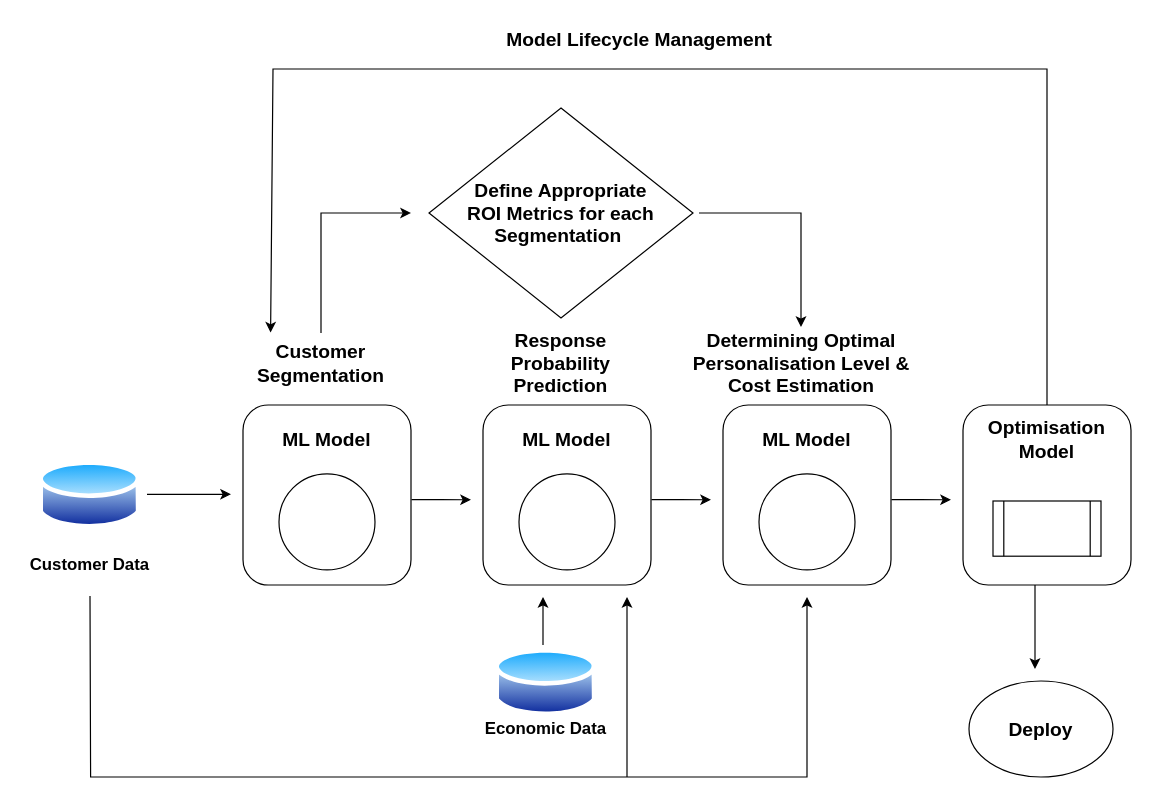
Earlier version of the draw.io diagram GrpB_models/B4_ZhiSherng/cost_effectiveness_model.drawio (Yihe-Harry/DSA3101-Group-Project). Source tidied: cells renumbered, new cells numbered last; positions are measured from the earlier drawing's top-left corner, leaving out a move shared by most shapes. Both pictures are drawn from the tidied source at 120%, with x=0, y=0 at pixel (20, 20).
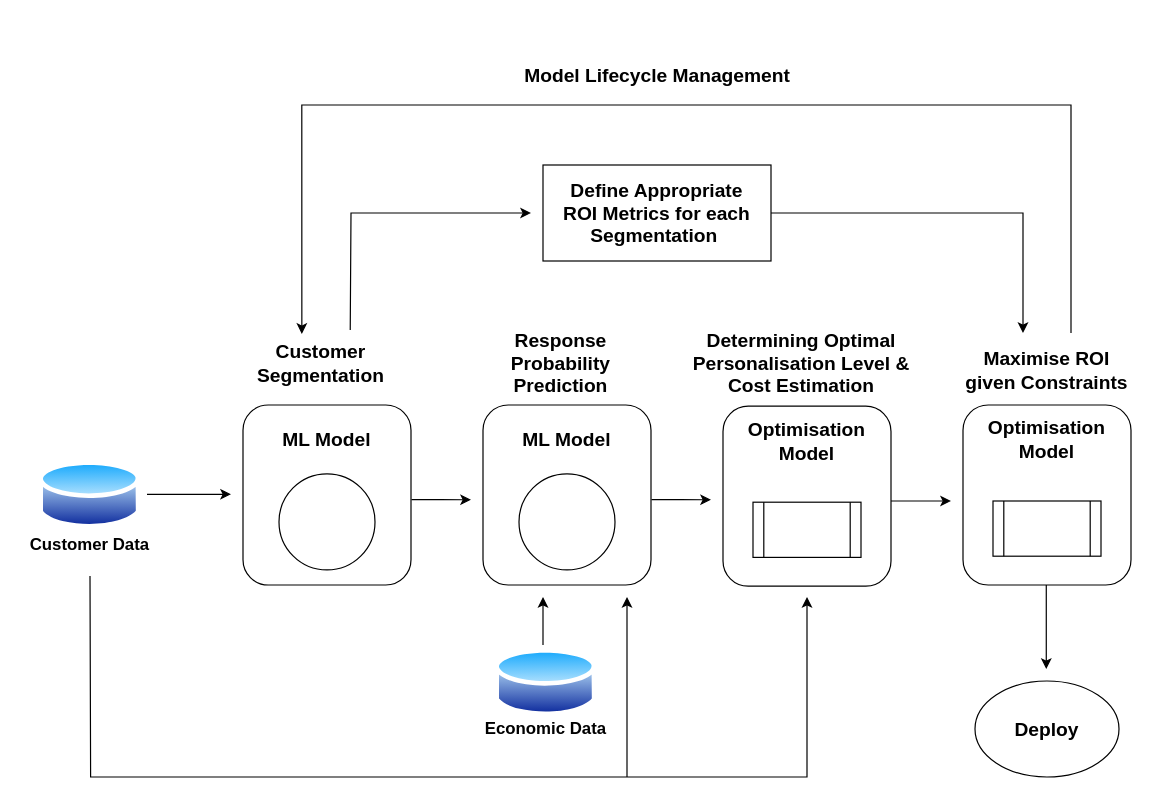
After the change.

Commit message:
move roi to final model

Unchanged cells that the change refers to:
```xml
<mxCell id="5" value="&lt;span style=&quot;font-size: 16px;&quot;&gt;&lt;b&gt;Determining Optimal Personalisation Level &amp;amp; Cost Estimation&lt;/b&gt;&lt;/span&gt;" style="text;strokeColor=none;align=center;fillColor=none;html=1;verticalAlign=middle;whiteSpace=wrap;rounded=0;" parent="1" vertex="1">
  <mxGeometry x="552.5" y="255" width="195" height="60" as="geometry" />
</mxCell>
<mxCell id="7" value="&lt;b&gt;&lt;font style=&quot;font-size: 16px;&quot;&gt;Customer Segmentation&lt;/font&gt;&lt;/b&gt;" style="text;strokeColor=none;align=center;fillColor=none;html=1;verticalAlign=middle;whiteSpace=wrap;rounded=0;" parent="1" vertex="1">
  <mxGeometry x="180" y="260" width="140" height="50" as="geometry" />
</mxCell>
<mxCell id="21" style="rounded=1;whiteSpace=wrap;html=1;direction=south;" parent="20" vertex="1">
  <mxGeometry width="140" height="150" as="geometry" />
</mxCell>
```

Change to the diagram source:
```diff
@@
     <mxCell id="2" value="&lt;b&gt;&lt;font style=&quot;font-size: 14px;&quot;&gt;Customer Data&lt;/font&gt;&lt;/b&gt;" style="text;strokeColor=none;align=center;fillColor=none;html=1;verticalAlign=middle;whiteSpace=wrap;rounded=0;" parent="1" vertex="1">
-      <mxGeometry y="426.5" width="115" height="52.6" as="geometry" />
+      <mxGeometry y="410" width="115" height="52.6" as="geometry" />
     </mxCell>
@@
-    <mxCell id="14" style="endArrow=classic;html=1;rounded=0;" parent="1" edge="1">
+    <mxCell id="14" style="endArrow=classic;html=1;rounded=0;exitX=0.674;exitY=-0.049;exitDx=0;exitDy=0;exitPerimeter=0;" parent="1" edge="1" source="7">
       <mxGeometry relative="1" as="geometry">
-        <mxPoint x="250" y="260" as="sourcePoint" />
-        <mxPoint x="325" y="160" as="targetPoint" />
+        <mxPoint x="425" y="160" as="targetPoint" />
         <Array as="points">
-          <mxPoint x="250" y="160" />
+          <mxPoint x="275" y="160" />
         </Array>
       </mxGeometry>
     </mxCell>
-    <mxCell id="15" style="endArrow=classic;html=1;rounded=0;entryX=0.5;entryY=0;entryDx=0;entryDy=0;" parent="1" edge="1" target="5">
+    <mxCell id="15" style="endArrow=classic;html=1;rounded=0;exitX=1;exitY=0.5;exitDx=0;exitDy=0;" parent="1" edge="1" source="51">
       <mxGeometry relative="1" as="geometry">
-        <mxPoint x="565" y="160" as="sourcePoint" />
+        <mxPoint x="835" y="260" as="targetPoint" />
         <Array as="points">
-          <mxPoint x="650" y="160" />
+          <mxPoint x="835" y="160" />
         </Array>
       </mxGeometry>
     </mxCell>
@@
-    <mxCell id="24" style="endArrow=classic;html=1;rounded=0;exitX=0;exitY=0.5;exitDx=0;exitDy=0;entryX=0.2;entryY=-0.007;entryDx=0;entryDy=0;entryPerimeter=0;" parent="1" edge="1" source="21" target="7">
+    <mxCell id="24" style="endArrow=classic;html=1;rounded=0;entryX=0.386;entryY=0.016;entryDx=0;entryDy=0;entryPerimeter=0;" parent="1" edge="1" target="7">
       <mxGeometry relative="1" as="geometry">
+        <mxPoint x="875" y="260" as="sourcePoint" />
         <Array as="points">
-          <mxPoint x="855" y="40" />
-          <mxPoint x="210" y="40" />
+          <mxPoint x="875" y="70" />
+          <mxPoint x="234" y="70" />
         </Array>
       </mxGeometry>
     </mxCell>
     <mxCell id="25" style="endArrow=classic;html=1;rounded=0;" parent="1" edge="1">
       <mxGeometry relative="1" as="geometry">
-        <mxPoint x="845" y="470" as="sourcePoint" />
-        <mxPoint x="845" y="540" as="targetPoint" />
+        <mxPoint x="854.4" y="470" as="sourcePoint" />
+        <mxPoint x="854.4" y="540" as="targetPoint" />
       </mxGeometry>
     </mxCell>
     <mxCell id="26" style="ellipse;whiteSpace=wrap;html=1;" parent="1" vertex="1">
-      <mxGeometry x="790" y="550" width="120" height="80" as="geometry" />
+      <mxGeometry x="795" y="550" width="120" height="80" as="geometry" />
     </mxCell>
     <mxCell id="27" value="&lt;b&gt;&lt;font style=&quot;font-size: 16px;&quot;&gt;Deploy&lt;/font&gt;&lt;/b&gt;" style="text;strokeColor=none;align=center;fillColor=none;html=1;verticalAlign=middle;whiteSpace=wrap;rounded=0;" parent="1" vertex="1">
-      <mxGeometry x="820" y="575" width="60" height="30" as="geometry" />
+      <mxGeometry x="825" y="575" width="60" height="30" as="geometry" />
     </mxCell>
-    <mxCell id="28" style="group;" parent="1" vertex="1">
-      <mxGeometry x="340" y="72.5" width="220" height="175" as="geometry" />
-    </mxCell>
-    <mxCell id="29" style="rhombus;whiteSpace=wrap;html=1;" parent="28" vertex="1">
-      <mxGeometry width="220" height="175" as="geometry" />
-    </mxCell>
-    <mxCell id="30" value="&lt;b&gt;&lt;font style=&quot;font-size: 16px;&quot;&gt;Define Appropriate&lt;/font&gt;&lt;/b&gt;&lt;div&gt;&lt;b&gt;&lt;font style=&quot;font-size: 16px;&quot;&gt;ROI Metrics for each Segmentation&amp;nbsp;&lt;/font&gt;&lt;/b&gt;&lt;/div&gt;" style="text;strokeColor=none;align=center;fillColor=none;html=1;verticalAlign=middle;whiteSpace=wrap;rounded=0;" parent="28" vertex="1">
-      <mxGeometry x="20" y="57.5" width="180" height="60" as="geometry" />
-    </mxCell>
     <mxCell id="31" value="&lt;font style=&quot;font-size: 16px;&quot;&gt;&lt;b&gt;Model Lifecycle Management&lt;/b&gt;&lt;/font&gt;" style="text;html=1;align=center;verticalAlign=middle;strokeColor=none;fillColor=none;" parent="1" vertex="1">
-      <mxGeometry x="395" width="240" height="30" as="geometry" />
+      <mxGeometry x="410" y="30" width="240" height="30" as="geometry" />
     </mxCell>
-    <mxCell id="32" style="group;" parent="1" vertex="1">
-      <mxGeometry x="585" y="320" width="140" height="150" as="geometry" />
-    </mxCell>
-    <mxCell id="33" style="edgeStyle=orthogonalEdgeStyle;rounded=0;jettySize=auto;html=1;exitX=0.526;exitY=-0.003;exitDx=0;exitDy=0;exitPerimeter=0;" parent="32" edge="1" source="34">
-      <mxGeometry relative="1" as="geometry">
-        <mxPoint x="190" y="79" as="targetPoint" />
-      </mxGeometry>
-    </mxCell>
-    <mxCell id="34" style="rounded=1;whiteSpace=wrap;html=1;direction=south;" parent="32" vertex="1">
-      <mxGeometry width="140" height="150" as="geometry" />
-    </mxCell>
-    <mxCell id="35" style="group;" parent="32" vertex="1">
-      <mxGeometry x="20" y="10" width="100" height="127.4" as="geometry" />
-    </mxCell>
-    <mxCell id="36" style="ellipse;whiteSpace=wrap;html=1;" parent="35" vertex="1">
-      <mxGeometry x="10" y="47.4" width="80" height="80" as="geometry" />
-    </mxCell>
-    <mxCell id="37" value="&lt;font style=&quot;font-size: 16px;&quot;&gt;&lt;b&gt;ML Model&lt;/b&gt;&lt;/font&gt;" style="text;strokeColor=none;align=center;fillColor=none;html=1;verticalAlign=middle;whiteSpace=wrap;rounded=0;" parent="35" vertex="1">
-      <mxGeometry width="100" height="38.6" as="geometry" />
-    </mxCell>
@@
+    <mxCell id="45" style="group;" parent="1" vertex="1">
+      <mxGeometry x="585" y="321" width="140" height="150" as="geometry" />
+    </mxCell>
+    <mxCell id="34" style="rounded=1;whiteSpace=wrap;html=1;direction=south;" parent="45" vertex="1">
+      <mxGeometry width="140" height="150" as="geometry" />
+    </mxCell>
+    <mxCell id="46" value="&lt;font style=&quot;font-size: 16px;&quot;&gt;&lt;b&gt;Optimisation&lt;/b&gt;&lt;/font&gt;&lt;div&gt;&lt;font style=&quot;font-size: 16px;&quot;&gt;&lt;b&gt;Model&lt;/b&gt;&lt;/font&gt;&lt;/div&gt;" style="text;strokeColor=none;align=center;fillColor=none;html=1;verticalAlign=middle;whiteSpace=wrap;rounded=0;" parent="45" vertex="1">
+      <mxGeometry x="20" y="10" width="100" height="38.6" as="geometry" />
+    </mxCell>
+    <mxCell id="47" style="shape=process;whiteSpace=wrap;html=1;backgroundOutline=1;" parent="45" vertex="1">
+      <mxGeometry x="25" y="80" width="90" height="46" as="geometry" />
+    </mxCell>
+    <mxCell id="48" style="edgeStyle=orthogonalEdgeStyle;rounded=0;orthogonalLoop=1;jettySize=auto;html=1;exitX=0.526;exitY=-0.003;exitDx=0;exitDy=0;exitPerimeter=0;" parent="1" edge="1">
+      <mxGeometry relative="1" as="geometry">
+        <mxPoint x="725" y="400" as="sourcePoint" />
+        <mxPoint x="775" y="400" as="targetPoint" />
+      </mxGeometry>
+    </mxCell>
+    <mxCell id="49" value="&lt;span style=&quot;font-size: 16px;&quot;&gt;&lt;b&gt;Maximise ROI given Constraints&lt;/b&gt;&lt;/span&gt;" style="text;strokeColor=none;align=center;fillColor=none;html=1;verticalAlign=middle;whiteSpace=wrap;rounded=0;" parent="1" vertex="1">
+      <mxGeometry x="781" y="261" width="148" height="60" as="geometry" />
+    </mxCell>
+    <mxCell id="50" style="group;" parent="1" vertex="1">
+      <mxGeometry x="435" y="120" width="190" height="80" as="geometry" />
+    </mxCell>
+    <mxCell id="51" style="rounded=0;whiteSpace=wrap;html=1;" parent="50" vertex="1">
+      <mxGeometry width="190" height="80" as="geometry" />
+    </mxCell>
+    <mxCell id="30" value="&lt;b&gt;&lt;font style=&quot;font-size: 16px;&quot;&gt;Define Appropriate&lt;/font&gt;&lt;/b&gt;&lt;div&gt;&lt;b&gt;&lt;font style=&quot;font-size: 16px;&quot;&gt;ROI Metrics for each Segmentation&amp;nbsp;&lt;/font&gt;&lt;/b&gt;&lt;/div&gt;" style="text;strokeColor=none;align=center;fillColor=none;html=1;verticalAlign=middle;whiteSpace=wrap;rounded=0;" parent="50" vertex="1">
+      <mxGeometry x="5" y="10" width="180" height="60" as="geometry" />
+    </mxCell>
```
